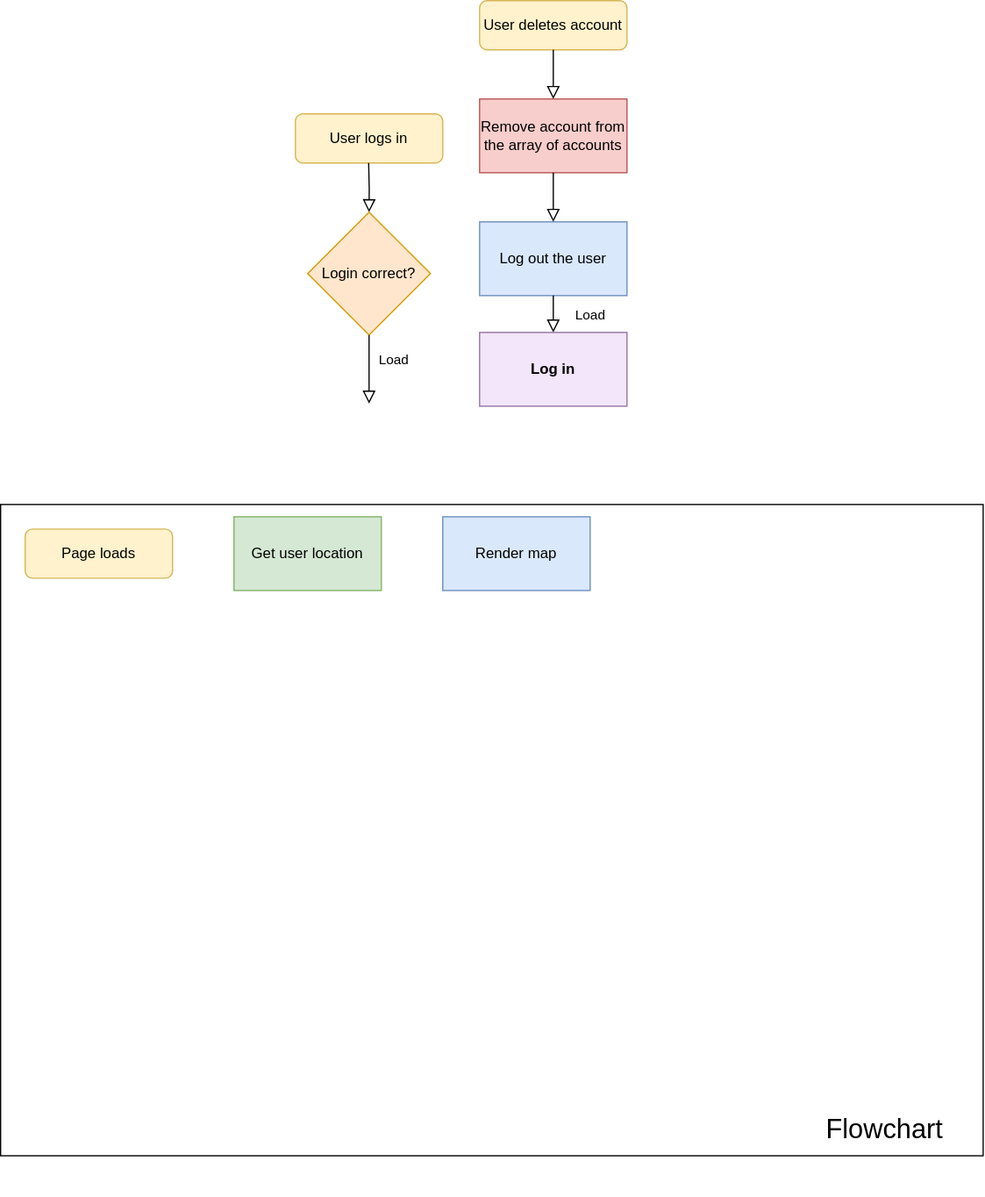
Before: flowchart.drawio.svg, a diagram exported from draw.io (josenavarrohub/vanilla-js-eventify). Source tidied: cells renumbered, new cells last; positions are measured from the earlier drawing's top-left corner, leaving out a move shared by most shapes.
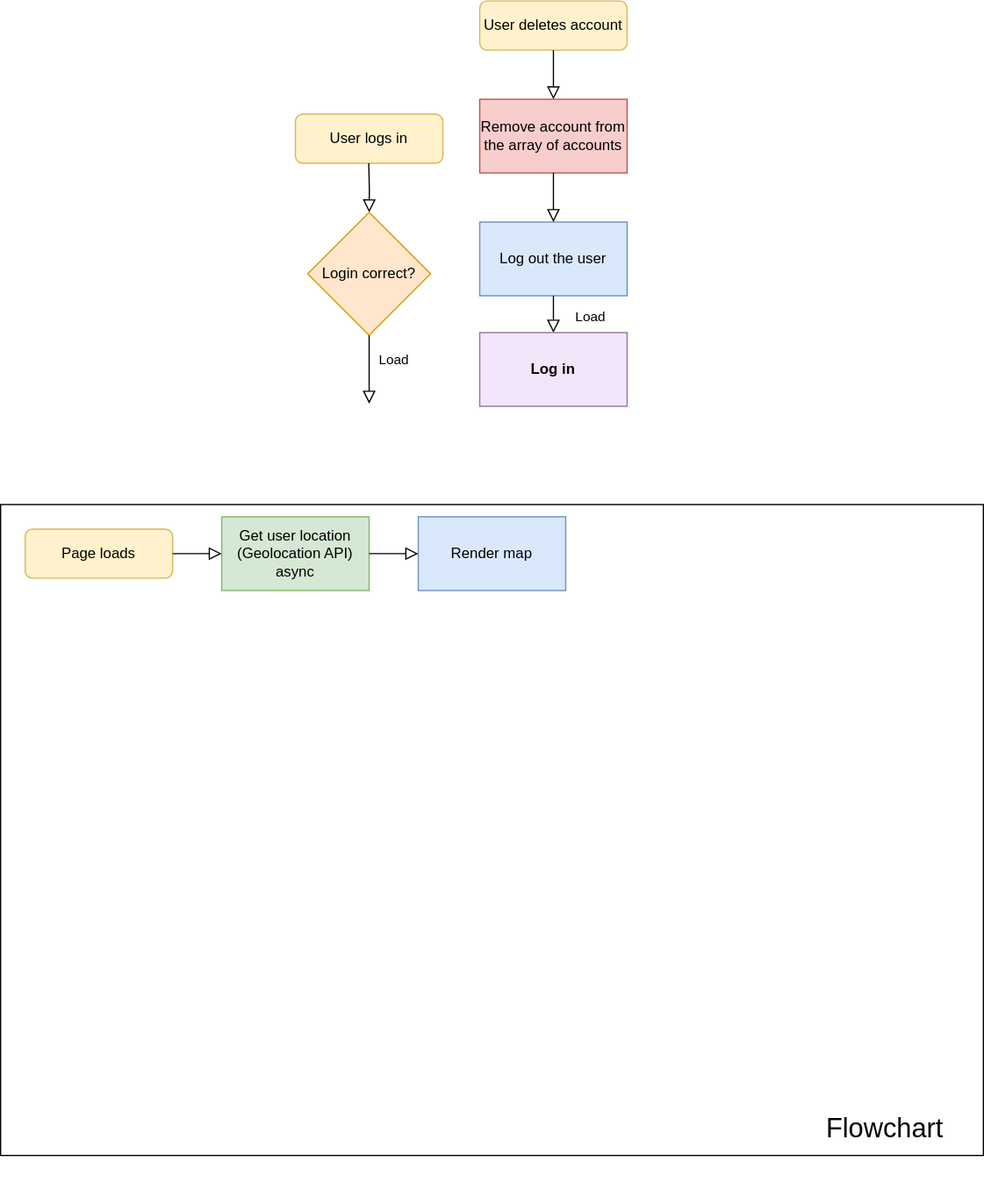
The same file after the commit.

Diff of the diagram source:
```diff
@@ -48,11 +48,19 @@
     <mxCell id="15" value="Page loads" style="rounded=1;whiteSpace=wrap;html=1;fontSize=12;glass=0;strokeWidth=1;shadow=0;fillColor=#fff2cc;strokeColor=#d6b656;" parent="1" vertex="1">
       <mxGeometry x="20" y="430" width="120" height="40" as="geometry" />
     </mxCell>
-    <mxCell id="16" value="Get user location" style="rounded=0;whiteSpace=wrap;html=1;fillColor=#d5e8d4;strokeColor=#82b366;" parent="1" vertex="1">
-      <mxGeometry x="190" y="420" width="120" height="60" as="geometry" />
+    <mxCell id="16" value="Get user location&lt;br&gt;(Geolocation API)&lt;br&gt;async" style="rounded=0;whiteSpace=wrap;html=1;fillColor=#d5e8d4;strokeColor=#82b366;" parent="1" vertex="1">
+      <mxGeometry x="180" y="420" width="120" height="60" as="geometry" />
     </mxCell>
     <mxCell id="17" value="Render map" style="rounded=0;whiteSpace=wrap;html=1;fillColor=#dae8fc;strokeColor=#6c8ebf;" parent="1" vertex="1">
-      <mxGeometry x="360" y="420" width="120" height="60" as="geometry" />
+      <mxGeometry x="340" y="420" width="120" height="60" as="geometry" />
     </mxCell>
+    <mxCell id="18" style="rounded=0;html=1;jettySize=auto;fontSize=11;endArrow=block;endFill=0;endSize=8;strokeWidth=1;shadow=0;labelBackgroundColor=none;edgeStyle=orthogonalEdgeStyle;entryX=0;entryY=0.5;entryDx=0;entryDy=0;exitX=1;exitY=0.5;exitDx=0;exitDy=0;" parent="1" edge="1" source="15" target="16">
+      <mxGeometry x="-0.28" y="20" relative="1" as="geometry" />
+    </mxCell>
+    <mxCell id="19" style="rounded=0;html=1;jettySize=auto;fontSize=11;endArrow=block;endFill=0;endSize=8;strokeWidth=1;shadow=0;labelBackgroundColor=none;edgeStyle=orthogonalEdgeStyle;exitX=1;exitY=0.5;exitDx=0;exitDy=0;" parent="1" edge="1" source="16">
+      <mxGeometry x="-0.28" y="20" relative="1" as="geometry">
+        <mxPoint x="340" y="450" as="targetPoint" />
+      </mxGeometry>
+    </mxCell>
   </root>
 </mxGraphModel>
```
